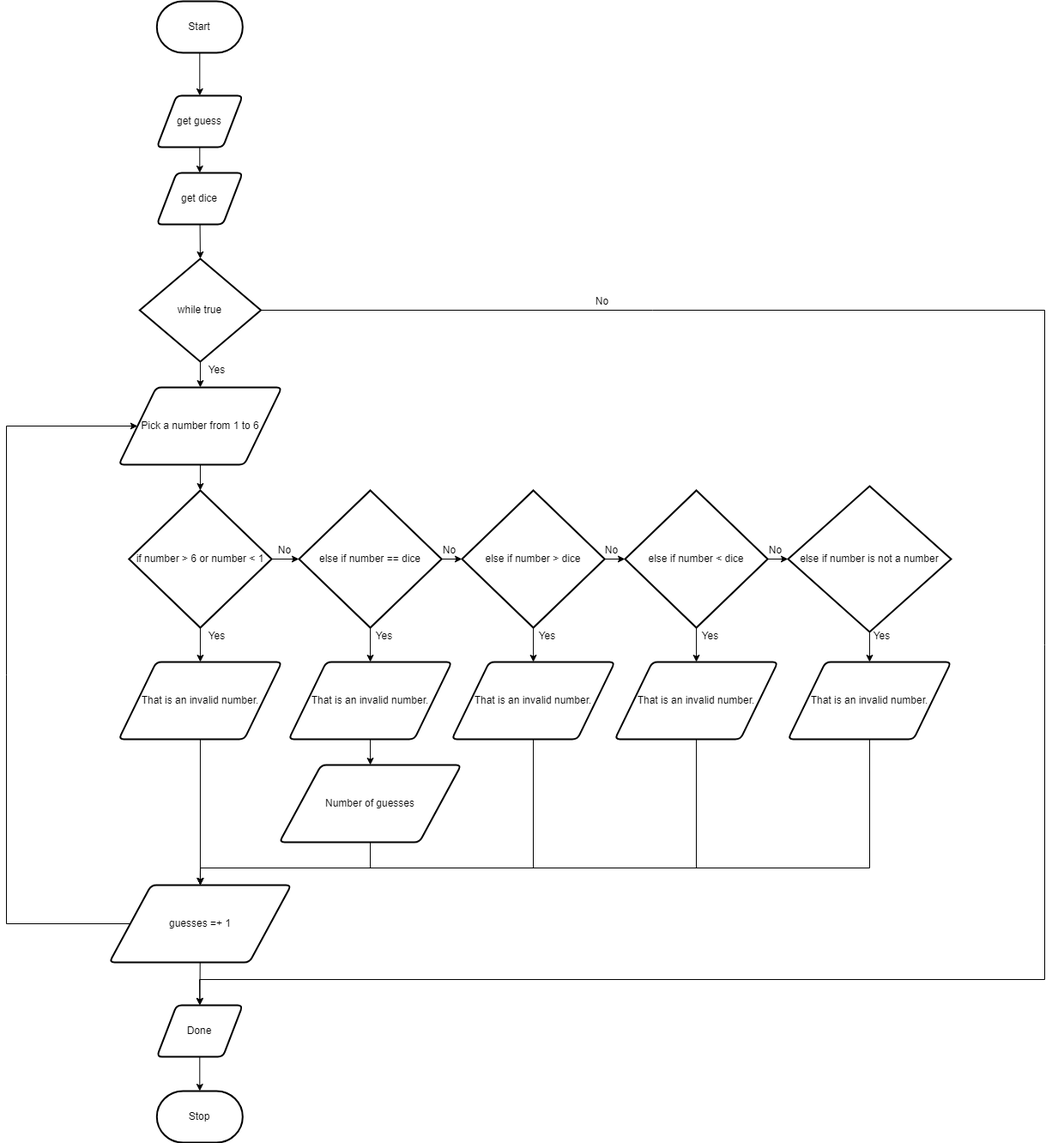
Above: flowchart.png in Rodas-Nega1/ics4u-unit-1-04-typescript (draw.io), before the change. Source tidied: cells renumbered, new cells last; positions are measured from the earlier drawing's top-left corner, leaving out a move shared by most shapes.
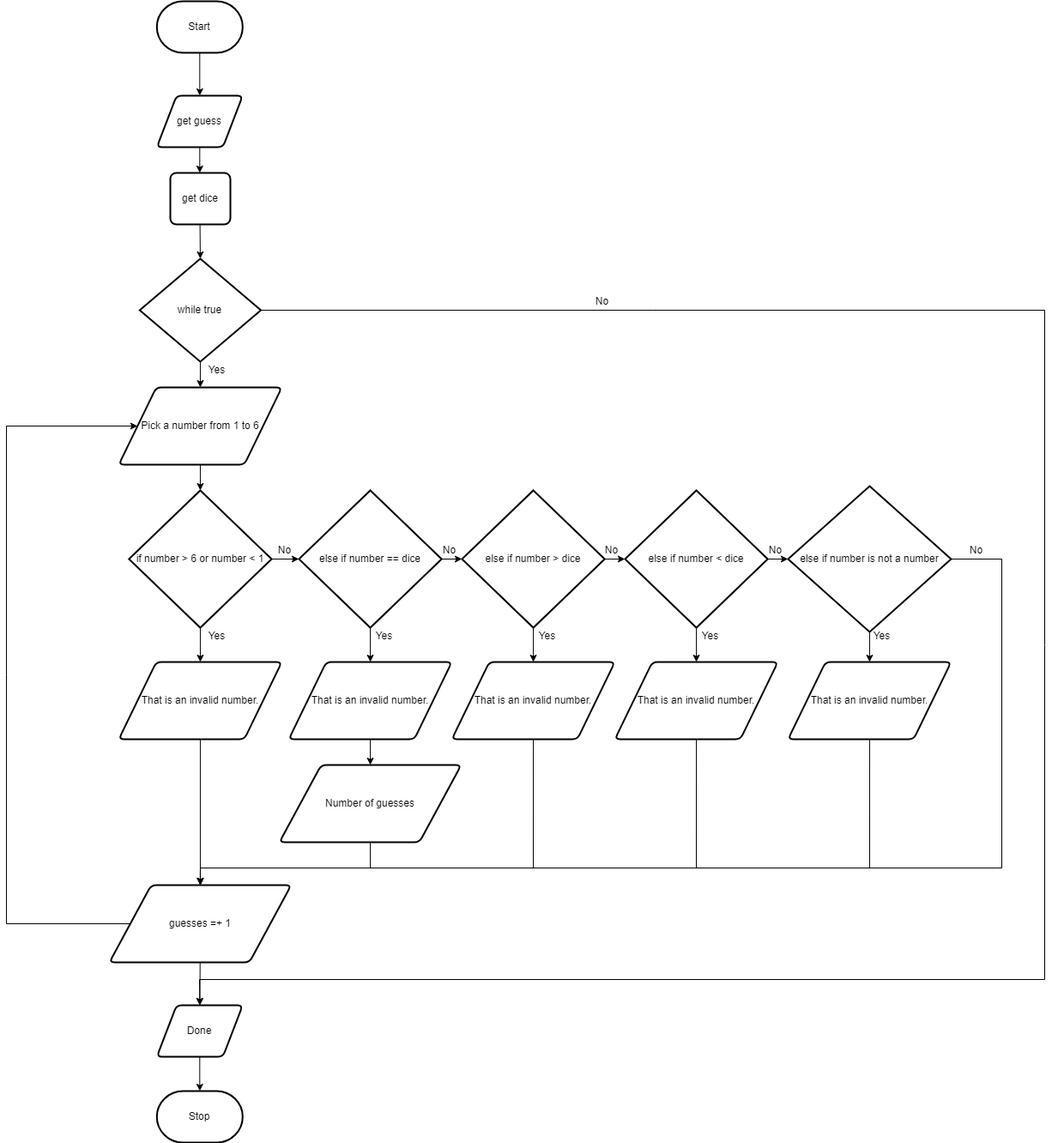
Later version of the same file.

What changed in the source:
```diff
@@ -8,18 +8,19 @@
     <mxCell id="3" value="Start" style="strokeWidth=2;html=1;shape=mxgraph.flowchart.terminator;whiteSpace=wrap;" parent="1" vertex="1">
       <mxGeometry x="175.3" width="100" height="60" as="geometry" />
     </mxCell>
-    <mxCell id="4" style="edgeStyle=none;html=1;" parent="1" edge="1" source="5" target="7">
-      <mxGeometry relative="1" as="geometry" />
+    <mxCell id="4" style="edgeStyle=none;html=1;" parent="1" edge="1" source="5">
+      <mxGeometry relative="1" as="geometry">
+        <mxPoint x="225.3" y="200" as="targetPoint" />
+      </mxGeometry>
     </mxCell>
     <mxCell id="5" value="get guess" style="shape=parallelogram;html=1;strokeWidth=2;perimeter=parallelogramPerimeter;whiteSpace=wrap;rounded=1;arcSize=12;size=0.23;" parent="1" vertex="1">
       <mxGeometry x="175.3" y="110" width="100" height="60" as="geometry" />
     </mxCell>
-    <mxCell id="6" style="edgeStyle=none;html=1;entryX=0.5;entryY=0;entryDx=0;entryDy=0;entryPerimeter=0;" parent="1" edge="1" source="7" target="13">
-      <mxGeometry relative="1" as="geometry" />
+    <mxCell id="6" style="edgeStyle=none;html=1;entryX=0.5;entryY=0;entryDx=0;entryDy=0;entryPerimeter=0;" parent="1" edge="1" target="13">
+      <mxGeometry relative="1" as="geometry">
+        <mxPoint x="225.6" y="260" as="sourcePoint" />
+      </mxGeometry>
     </mxCell>
-    <mxCell id="7" value="get dice" style="shape=parallelogram;html=1;strokeWidth=2;perimeter=parallelogramPerimeter;whiteSpace=wrap;rounded=1;arcSize=12;size=0.23;" parent="1" vertex="1">
-      <mxGeometry x="175.3" y="200" width="100" height="60" as="geometry" />
-    </mxCell>
     <mxCell id="8" style="edgeStyle=none;rounded=0;html=1;fontFamily=Helvetica;fontSize=12;fontColor=#F0F0F0;startArrow=none;" parent="1" edge="1">
       <mxGeometry relative="1" as="geometry">
         <mxPoint x="741.6" y="571.5" as="sourcePoint" />
@@ -112,6 +113,15 @@
     <mxCell id="32" style="edgeStyle=none;html=1;" parent="1" edge="1" source="33" target="41">
       <mxGeometry relative="1" as="geometry" />
     </mxCell>
+    <mxCell id="60" style="edgeStyle=none;html=1;entryX=0.5;entryY=0;entryDx=0;entryDy=0;rounded=0;" parent="1" edge="1" source="33" target="46">
+      <mxGeometry relative="1" as="geometry">
+        <Array as="points">
+          <mxPoint x="1160" y="650" />
+          <mxPoint x="1160" y="1010" />
+          <mxPoint x="226" y="1010" />
+        </Array>
+      </mxGeometry>
+    </mxCell>
     <mxCell id="33" value="else if number is not a number" style="strokeWidth=2;html=1;shape=mxgraph.flowchart.decision;whiteSpace=wrap;" parent="1" vertex="1">
       <mxGeometry x="910.9" y="565" width="190" height="170" as="geometry" />
     </mxCell>
@@ -218,5 +228,11 @@
     <mxCell id="59" value="No" style="text;html=1;align=center;verticalAlign=middle;fillColor=none;strokeColor=none;rounded=0;" parent="1" vertex="1">
       <mxGeometry x="880.9" y="630" width="30" height="20" as="geometry" />
     </mxCell>
+    <mxCell id="7" value="get dice" style="rounded=1;whiteSpace=wrap;html=1;absoluteArcSize=1;arcSize=14;strokeWidth=2;" parent="1" vertex="1">
+      <mxGeometry x="190.9" y="200" width="70" height="60" as="geometry" />
+    </mxCell>
+    <mxCell id="61" value="No" style="text;html=1;align=center;verticalAlign=middle;fillColor=none;strokeColor=none;rounded=0;" parent="1" vertex="1">
+      <mxGeometry x="1115" y="630" width="30" height="20" as="geometry" />
+    </mxCell>
   </root>
 </mxGraphModel>
```
